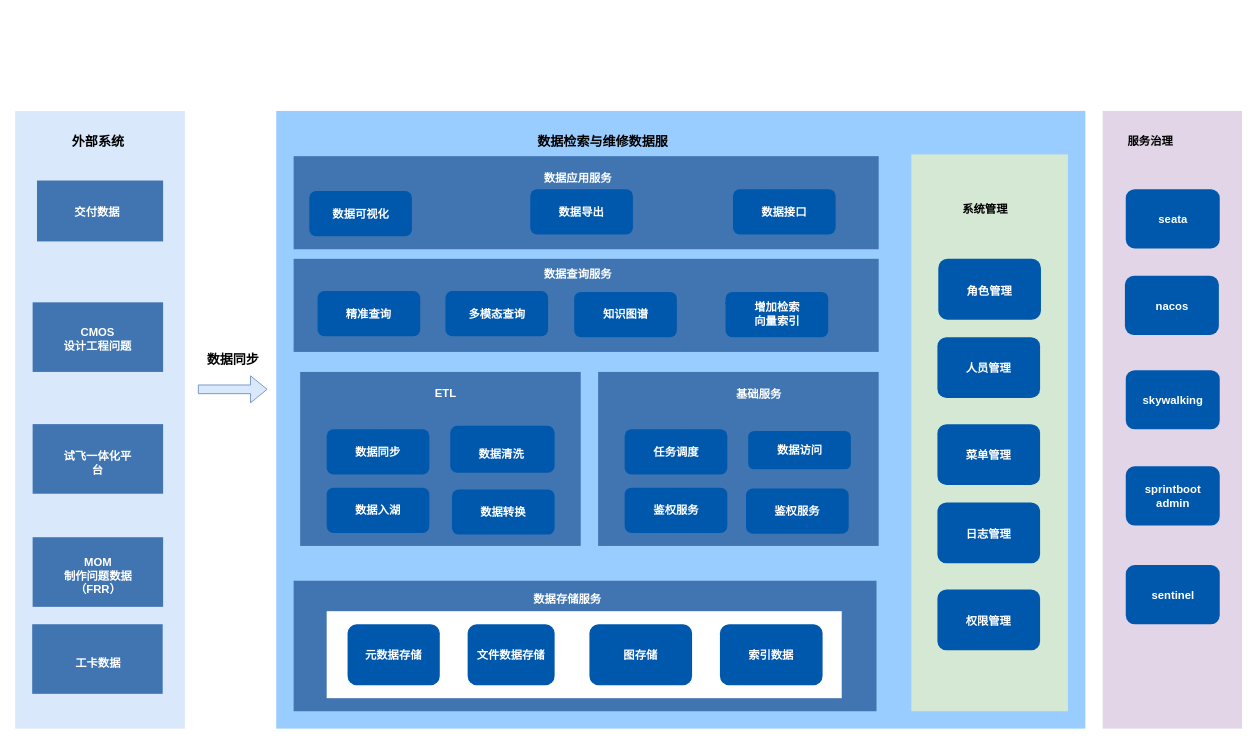
The draw.io diagram 数据检索与维修数据服/数据检索与维修数据服.drawio in DemonHan/KuickBuy, before the edit. Source tidied: cells renumbered, new cells numbered last; positions are measured from the earlier drawing's top-left corner, leaving out a move shared by most shapes. Both pictures are drawn from the tidied source at 87%, with x=0, y=0 at pixel (15, 110).
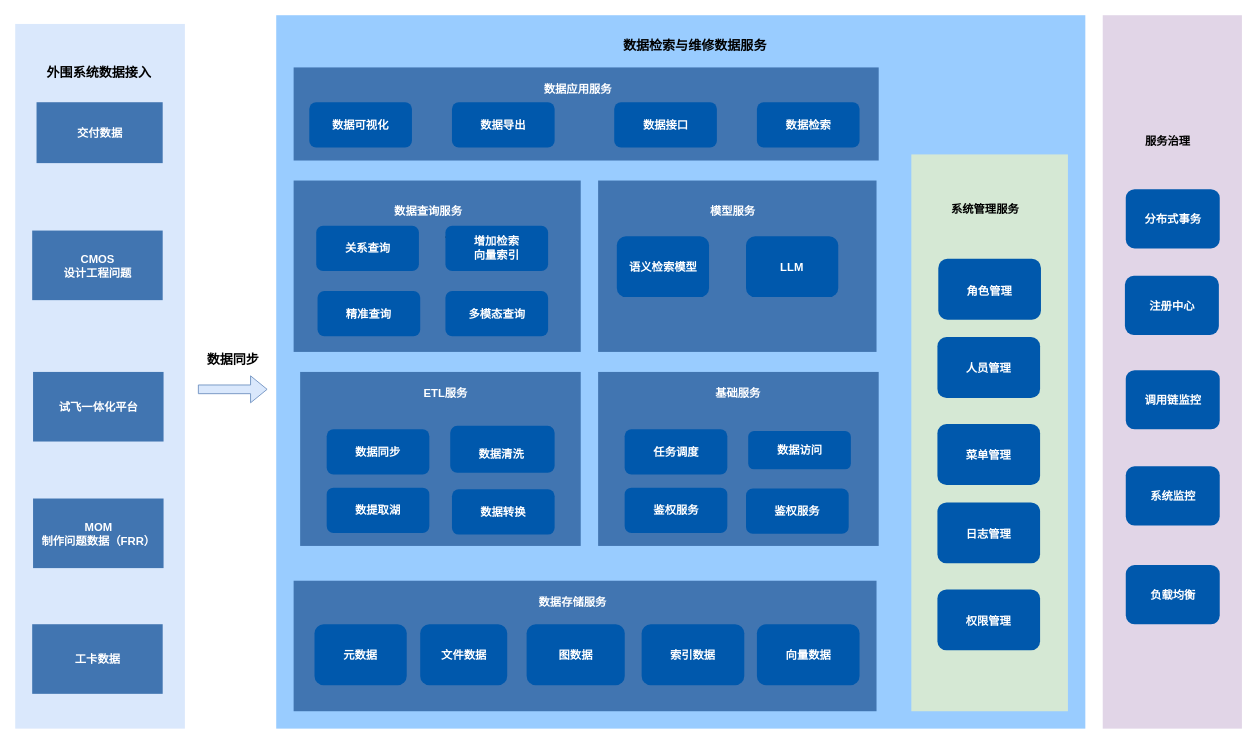
Above is the later version.

Commit message:
更新数据检索与维修数据服.drawio

Unchanged cells that the change refers to:
```xml
<mxCell id="86" style="group;" parent="1" vertex="1">
  <mxGeometry x="1262" y="90" width="108" height="68" as="geometry" />
</mxCell>
```

Change to the diagram source:
```diff
@@
     <mxCell id="2" style="rounded=0;whiteSpace=wrap;html=1;fillColor=#99CCFF;strokeColor=none;" parent="1" vertex="1">
-      <mxGeometry x="300" width="930" height="710" as="geometry" />
+      <mxGeometry x="300" y="-110" width="930" height="820" as="geometry" />
     </mxCell>
@@
-    <mxCell id="4" style="rounded=0;whiteSpace=wrap;html=1;fontStyle=1;fontSize=13;fillColor=#FFFFFF;strokeColor=none;" parent="1" vertex="1">
-      <mxGeometry x="358" y="575" width="592" height="100" as="geometry" />
-    </mxCell>
     <mxCell id="5" style="rounded=0;whiteSpace=wrap;html=1;fillColor=#dae8fc;strokeColor=none;" parent="1" vertex="1">
-      <mxGeometry width="195" height="710" as="geometry" />
+      <mxGeometry y="-100" width="195" height="810" as="geometry" />
     </mxCell>
-    <mxCell id="6" value="数据检索与维修数据服" style="text;html=1;align=center;verticalAlign=middle;strokeColor=none;fillColor=none;fontStyle=1;fontFamily=Garamond;fontSize=15;strokeWidth=1;" parent="1" vertex="1">
-      <mxGeometry x="590" y="20" width="170" height="30" as="geometry" />
+    <mxCell id="6" value="数据检索与维修数据服务" style="text;html=1;align=center;verticalAlign=middle;strokeColor=none;fillColor=none;fontStyle=1;fontFamily=Garamond;fontSize=15;strokeWidth=1;" parent="1" vertex="1">
+      <mxGeometry x="686.2" y="-90" width="190" height="30" as="geometry" />
     </mxCell>
-    <mxCell id="7" style="rounded=0;whiteSpace=wrap;html=1;fillColor=#4175B1;fontStyle=1;fontSize=13;strokeColor=none;" parent="1" vertex="1">
-      <mxGeometry x="25" y="80" width="145" height="70" as="geometry" />
+    <mxCell id="7" value="&lt;span style=&quot;color: rgb(255, 255, 255);&quot;&gt;交付数据&lt;/span&gt;" style="rounded=0;whiteSpace=wrap;html=1;fillColor=#4175B1;fontStyle=1;fontSize=13;strokeColor=none;" parent="1" vertex="1">
+      <mxGeometry x="24.5" y="-10" width="145" height="70" as="geometry" />
     </mxCell>
-    <mxCell id="8" value="外部系统" style="text;html=1;align=center;verticalAlign=middle;strokeColor=none;fillColor=none;fontStyle=1;fontFamily=Garamond;fontSize=15;strokeWidth=1;" parent="1" vertex="1">
-      <mxGeometry x="55" y="20" width="80" height="30" as="geometry" />
+    <mxCell id="8" value="外围系统数据接入" style="text;html=1;align=center;verticalAlign=middle;strokeColor=none;fillColor=none;fontStyle=1;fontFamily=Garamond;fontSize=15;strokeWidth=1;" parent="1" vertex="1">
+      <mxGeometry x="25.5" y="-60" width="140" height="30" as="geometry" />
     </mxCell>
-    <mxCell id="9" value="交付数据" style="text;html=1;align=center;verticalAlign=middle;whiteSpace=wrap;rounded=0;fontStyle=1;fontSize=13;strokeColor=none;fontColor=#FFFFFF;" parent="1" vertex="1">
-      <mxGeometry x="64" y="100" width="61" height="32" as="geometry" />
-    </mxCell>
-    <mxCell id="10" style="rounded=0;whiteSpace=wrap;html=1;fillColor=#4175B1;fontStyle=1;fontSize=13;strokeColor=none;" parent="1" vertex="1">
-      <mxGeometry x="20" y="220" width="150" height="80" as="geometry" />
+    <mxCell id="10" value="&lt;span style=&quot;color: rgb(255, 255, 255);&quot;&gt;CMOS&lt;/span&gt;&lt;div style=&quot;color: rgb(255, 255, 255);&quot;&gt;设计工程问题&lt;/div&gt;" style="rounded=0;whiteSpace=wrap;html=1;fillColor=#4175B1;fontStyle=1;fontSize=13;strokeColor=none;" parent="1" vertex="1">
+      <mxGeometry x="19.5" y="137.5" width="150" height="80" as="geometry" />
     </mxCell>
-    <mxCell id="11" value="CMOS&lt;div&gt;设计工程问题&lt;/div&gt;" style="text;html=1;align=center;verticalAlign=middle;whiteSpace=wrap;rounded=0;fontStyle=1;fontSize=13;strokeColor=none;fontColor=#FFFFFF;" parent="1" vertex="1">
-      <mxGeometry x="50" y="247" width="90" height="30" as="geometry" />
-    </mxCell>
-    <mxCell id="12" style="rounded=0;whiteSpace=wrap;html=1;fillColor=#4175B1;fontStyle=1;fontSize=13;strokeColor=none;" parent="1" vertex="1">
-      <mxGeometry x="20" y="360" width="150" height="80" as="geometry" />
+    <mxCell id="12" value="&lt;span style=&quot;color: rgb(255, 255, 255);&quot;&gt;试飞一体化平台&lt;/span&gt;" style="rounded=0;whiteSpace=wrap;html=1;fillColor=#4175B1;fontStyle=1;fontSize=13;strokeColor=none;" parent="1" vertex="1">
+      <mxGeometry x="20.5" y="300" width="150" height="80" as="geometry" />
     </mxCell>
-    <mxCell id="13" value="试飞一体化平台" style="text;html=1;align=center;verticalAlign=middle;whiteSpace=wrap;rounded=0;fontStyle=1;fontSize=13;strokeColor=none;fontColor=#FFFFFF;" parent="1" vertex="1">
-      <mxGeometry x="50" y="390" width="90" height="30" as="geometry" />
-    </mxCell>
-    <mxCell id="14" style="rounded=0;whiteSpace=wrap;html=1;fillColor=#4175B1;fontStyle=1;fontSize=13;strokeColor=none;" parent="1" vertex="1">
-      <mxGeometry x="20" y="490" width="150" height="80" as="geometry" />
+    <mxCell id="14" value="&lt;span style=&quot;color: rgb(255, 255, 255);&quot;&gt;MOM&lt;/span&gt;&lt;div style=&quot;color: rgb(255, 255, 255);&quot;&gt;制作问题数据（FRR）&lt;/div&gt;" style="rounded=0;whiteSpace=wrap;html=1;fillColor=#4175B1;fontStyle=1;fontSize=13;strokeColor=none;" parent="1" vertex="1">
+      <mxGeometry x="20.5" y="445.5" width="150" height="80" as="geometry" />
     </mxCell>
-    <mxCell id="15" value="MOM&lt;div&gt;制作问题数据（FRR）&lt;/div&gt;" style="text;html=1;align=center;verticalAlign=middle;whiteSpace=wrap;rounded=0;fontStyle=1;fontSize=13;strokeColor=none;fontColor=#FFFFFF;" parent="1" vertex="1">
-      <mxGeometry x="38" y="520" width="115" height="30" as="geometry" />
-    </mxCell>
@@
     <mxCell id="18" value="数据存储服务" style="text;html=1;align=center;verticalAlign=middle;whiteSpace=wrap;rounded=0;fontStyle=1;fontSize=13;strokeColor=none;fontColor=#FFFFFF;" parent="1" vertex="1">
-      <mxGeometry x="590" y="546" width="90" height="30" as="geometry" />
+      <mxGeometry x="596.2" y="550" width="90" height="30" as="geometry" />
     </mxCell>
-    <mxCell id="19" value="元数据存储" style="rounded=1;whiteSpace=wrap;html=1;fontStyle=1;fontSize=13;strokeColor=none;fillColor=#0058AC;fontColor=#FFFFFF;" parent="1" vertex="1">
-      <mxGeometry x="382" y="590" width="106" height="70" as="geometry" />
+    <mxCell id="19" value="元数据" style="rounded=1;whiteSpace=wrap;html=1;fontStyle=1;fontSize=13;strokeColor=none;fillColor=#0058AC;fontColor=#FFFFFF;" parent="1" vertex="1">
+      <mxGeometry x="344" y="590" width="106" height="70" as="geometry" />
     </mxCell>
-    <mxCell id="20" value="文件数据存储" style="rounded=1;whiteSpace=wrap;html=1;fontStyle=1;fontSize=13;strokeColor=none;fillColor=#0058AC;fontColor=#FFFFFF;" parent="1" vertex="1">
-      <mxGeometry x="520" y="590" width="100" height="70" as="geometry" />
+    <mxCell id="20" value="文件数据" style="rounded=1;whiteSpace=wrap;html=1;fontStyle=1;fontSize=13;strokeColor=none;fillColor=#0058AC;fontColor=#FFFFFF;" parent="1" vertex="1">
+      <mxGeometry x="465.5" y="590" width="100" height="70" as="geometry" />
     </mxCell>
-    <mxCell id="21" style="rounded=1;whiteSpace=wrap;html=1;fontStyle=1;fontSize=13;strokeColor=none;fillColor=#0058AC;fontColor=#FFFFFF;" parent="1" vertex="1">
-      <mxGeometry x="660" y="590" width="118" height="70" as="geometry" />
+    <mxCell id="21" value="图数据" style="rounded=1;whiteSpace=wrap;html=1;fontStyle=1;fontSize=13;strokeColor=none;fillColor=#0058AC;fontColor=#FFFFFF;" parent="1" vertex="1">
+      <mxGeometry x="587.8" y="590" width="112.8" height="70" as="geometry" />
     </mxCell>
-    <mxCell id="22" style="rounded=1;whiteSpace=wrap;html=1;fontStyle=1;fontSize=13;strokeColor=none;fillColor=#0058AC;fontColor=#FFFFFF;" parent="1" vertex="1">
-      <mxGeometry x="810" y="590" width="118" height="70" as="geometry" />
+    <mxCell id="22" value="索引数据" style="rounded=1;whiteSpace=wrap;html=1;fontStyle=1;fontSize=13;strokeColor=none;fillColor=#0058AC;fontColor=#FFFFFF;" parent="1" vertex="1">
+      <mxGeometry x="720" y="590" width="118" height="70" as="geometry" />
     </mxCell>
-    <mxCell id="23" value="图存储" style="text;html=1;align=center;verticalAlign=middle;whiteSpace=wrap;rounded=0;fontStyle=1;fontSize=13;strokeColor=none;fontColor=#FFFFFF;" parent="1" vertex="1">
-      <mxGeometry x="674" y="610" width="90" height="30" as="geometry" />
-    </mxCell>
-    <mxCell id="24" value="索引数据" style="text;html=1;align=center;verticalAlign=middle;whiteSpace=wrap;rounded=0;fontStyle=1;fontSize=13;strokeColor=none;fontColor=#FFFFFF;" parent="1" vertex="1">
-      <mxGeometry x="824" y="610" width="90" height="30" as="geometry" />
-    </mxCell>
@@
-    <mxCell id="26" value="系统管理" style="text;html=1;align=center;verticalAlign=middle;whiteSpace=wrap;rounded=0;fontStyle=1;fontSize=13;strokeColor=none;fontColor=#000000;" parent="1" vertex="1">
+    <mxCell id="26" value="系统管理服务" style="text;html=1;align=center;verticalAlign=middle;whiteSpace=wrap;rounded=0;fontStyle=1;fontSize=13;strokeColor=none;fontColor=#000000;" parent="1" vertex="1">
       <mxGeometry x="1070" y="98" width="90" height="30" as="geometry" />
     </mxCell>
@@
-    <mxCell id="43" value="ETL" style="text;html=1;align=center;verticalAlign=middle;whiteSpace=wrap;rounded=0;fontStyle=1;fontSize=13;strokeColor=none;fontColor=#FFFFFF;" parent="1" vertex="1">
+    <mxCell id="43" value="ETL服务" style="text;html=1;align=center;verticalAlign=middle;whiteSpace=wrap;rounded=0;fontStyle=1;fontSize=13;strokeColor=none;fontColor=#FFFFFF;" parent="1" vertex="1">
       <mxGeometry x="450" y="309" width="90" height="30" as="geometry" />
     </mxCell>
@@
-    <mxCell id="45" value="数据入湖" style="text;html=1;align=center;verticalAlign=middle;whiteSpace=wrap;rounded=0;fontStyle=1;fontSize=13;strokeColor=none;fontColor=#FFFFFF;" parent="1" vertex="1">
+    <mxCell id="45" value="数提取湖" style="text;html=1;align=center;verticalAlign=middle;whiteSpace=wrap;rounded=0;fontStyle=1;fontSize=13;strokeColor=none;fontColor=#FFFFFF;" parent="1" vertex="1">
       <mxGeometry x="373" y="443.5" width="88" height="31" as="geometry" />
     </mxCell>
@@
     <mxCell id="47" value="基础服务" style="text;html=1;align=center;verticalAlign=middle;whiteSpace=wrap;rounded=0;fontStyle=1;fontSize=13;strokeColor=none;fontColor=#FFFFFF;" parent="1" vertex="1">
-      <mxGeometry x="810" y="311" width="90" height="30" as="geometry" />
+      <mxGeometry x="786.2" y="309" width="90" height="30" as="geometry" />
     </mxCell>
@@
     <mxCell id="52" style="rounded=0;whiteSpace=wrap;html=1;fillColor=#4175B1;fontStyle=1;fontSize=13;strokeColor=none;" parent="1" vertex="1">
-      <mxGeometry x="320" y="170" width="672.5" height="107" as="geometry" />
+      <mxGeometry x="320" y="80" width="330" height="197" as="geometry" />
     </mxCell>
     <mxCell id="53" value="数据查询服务" style="text;html=1;align=center;verticalAlign=middle;whiteSpace=wrap;rounded=0;fontStyle=1;fontSize=13;strokeColor=none;fontColor=#FFFFFF;" parent="1" vertex="1">
-      <mxGeometry x="601.5" y="172" width="90" height="30" as="geometry" />
+      <mxGeometry x="430" y="100" width="90" height="30" as="geometry" />
     </mxCell>
     <mxCell id="54" style="rounded=1;whiteSpace=wrap;html=1;fontStyle=1;fontSize=13;strokeColor=none;fillColor=#0058AC;fontColor=#FFFFFF;" parent="1" vertex="1">
-      <mxGeometry x="642.5" y="208" width="118" height="52" as="geometry" />
+      <mxGeometry x="346" y="132" width="118" height="52" as="geometry" />
     </mxCell>
-    <mxCell id="55" value="知识图谱" style="text;html=1;align=center;verticalAlign=middle;whiteSpace=wrap;rounded=0;fontStyle=1;fontSize=13;strokeColor=none;fontColor=#FFFFFF;" parent="1" vertex="1">
-      <mxGeometry x="657.5" y="218.5" width="88" height="31" as="geometry" />
+    <mxCell id="55" value="关系查询" style="text;html=1;align=center;verticalAlign=middle;whiteSpace=wrap;rounded=0;fontStyle=1;fontSize=13;strokeColor=none;fontColor=#FFFFFF;" parent="1" vertex="1">
+      <mxGeometry x="363.5" y="144" width="83" height="28" as="geometry" />
     </mxCell>
@@
     <mxCell id="59" style="rounded=1;whiteSpace=wrap;html=1;fontStyle=1;fontSize=13;strokeColor=none;fillColor=#0058AC;fontColor=#FFFFFF;" parent="1" vertex="1">
-      <mxGeometry x="816.5" y="208" width="118" height="52" as="geometry" />
+      <mxGeometry x="494.5" y="132" width="118" height="52" as="geometry" />
     </mxCell>
     <mxCell id="60" value="增加检索&lt;div&gt;向量索引&lt;/div&gt;" style="text;html=1;align=center;verticalAlign=middle;whiteSpace=wrap;rounded=0;fontStyle=1;fontSize=13;strokeColor=none;fontColor=#FFFFFF;" parent="1" vertex="1">
-      <mxGeometry x="834.5" y="219" width="82" height="30" as="geometry" />
+      <mxGeometry x="508" y="143" width="91" height="30" as="geometry" />
     </mxCell>
@@
-    <mxCell id="65" style="rounded=0;whiteSpace=wrap;html=1;fillColor=#4175B1;fontStyle=1;fontSize=13;strokeColor=none;" parent="1" vertex="1">
+    <mxCell id="65" value="&lt;span style=&quot;color: rgb(255, 255, 255);&quot;&gt;工卡数据&lt;/span&gt;" style="rounded=0;whiteSpace=wrap;html=1;fillColor=#4175B1;fontStyle=1;fontSize=13;strokeColor=none;" parent="1" vertex="1">
       <mxGeometry x="19.5" y="590" width="150" height="80" as="geometry" />
     </mxCell>
-    <mxCell id="66" value="工卡数据" style="text;html=1;align=center;verticalAlign=middle;whiteSpace=wrap;rounded=0;fontStyle=1;fontSize=13;strokeColor=none;fontColor=#FFFFFF;" parent="1" vertex="1">
-      <mxGeometry x="37.5" y="620" width="115" height="30" as="geometry" />
-    </mxCell>
     <mxCell id="67" style="rounded=0;whiteSpace=wrap;html=1;fillColor=#4175B1;fontStyle=1;fontSize=13;strokeColor=none;" parent="1" vertex="1">
-      <mxGeometry x="320" y="52" width="672.5" height="107" as="geometry" />
+      <mxGeometry x="320" y="-50" width="672.5" height="107" as="geometry" />
     </mxCell>
     <mxCell id="68" value="数据应用服务" style="text;html=1;align=center;verticalAlign=middle;whiteSpace=wrap;rounded=0;fontStyle=1;fontSize=13;strokeColor=none;fontColor=#FFFFFF;" parent="1" vertex="1">
-      <mxGeometry x="601.5" y="62" width="90" height="30" as="geometry" />
+      <mxGeometry x="601.5" y="-40" width="90" height="30" as="geometry" />
     </mxCell>
@@
-    <mxCell id="78" style="rounded=1;whiteSpace=wrap;html=1;fontStyle=1;fontSize=13;strokeColor=none;fillColor=#0058AC;fontColor=#FFFFFF;" parent="1" vertex="1">
-      <mxGeometry x="338" y="92" width="118" height="52" as="geometry" />
+    <mxCell id="78" value="数据可视化" style="rounded=1;whiteSpace=wrap;html=1;fontStyle=1;fontSize=13;strokeColor=none;fillColor=#0058AC;fontColor=#FFFFFF;" parent="1" vertex="1">
+      <mxGeometry x="338" y="-10" width="118" height="52" as="geometry" />
     </mxCell>
-    <mxCell id="79" value="数据可视化" style="text;html=1;align=center;verticalAlign=middle;whiteSpace=wrap;rounded=0;fontStyle=1;fontSize=13;strokeColor=none;fontColor=#FFFFFF;" parent="1" vertex="1">
-      <mxGeometry x="350.5" y="102.5" width="93" height="31" as="geometry" />
-    </mxCell>
-    <mxCell id="80" style="rounded=1;whiteSpace=wrap;html=1;fontStyle=1;fontSize=13;strokeColor=none;fillColor=#0058AC;fontColor=#FFFFFF;" parent="1" vertex="1">
-      <mxGeometry x="592" y="90" width="118" height="52" as="geometry" />
+    <mxCell id="80" value="数据导出" style="rounded=1;whiteSpace=wrap;html=1;fontStyle=1;fontSize=13;strokeColor=none;fillColor=#0058AC;fontColor=#FFFFFF;" parent="1" vertex="1">
+      <mxGeometry x="502" y="-10" width="118" height="52" as="geometry" />
     </mxCell>
-    <mxCell id="81" value="数据导出" style="text;html=1;align=center;verticalAlign=middle;whiteSpace=wrap;rounded=0;fontStyle=1;fontSize=13;strokeColor=none;fontColor=#FFFFFF;" parent="1" vertex="1">
-      <mxGeometry x="605" y="102" width="92" height="28" as="geometry" />
-    </mxCell>
-    <mxCell id="82" style="rounded=1;whiteSpace=wrap;html=1;fontStyle=1;fontSize=13;strokeColor=none;fillColor=#0058AC;fontColor=#FFFFFF;" parent="1" vertex="1">
-      <mxGeometry x="825" y="90" width="118" height="52" as="geometry" />
+    <mxCell id="82" value="数据接口" style="rounded=1;whiteSpace=wrap;html=1;fontStyle=1;fontSize=13;strokeColor=none;fillColor=#0058AC;fontColor=#FFFFFF;" parent="1" vertex="1">
+      <mxGeometry x="688.5" y="-10" width="118" height="52" as="geometry" />
     </mxCell>
-    <mxCell id="83" value="数据接口" style="text;html=1;align=center;verticalAlign=middle;whiteSpace=wrap;rounded=0;fontStyle=1;fontSize=13;strokeColor=none;fontColor=#FFFFFF;" parent="1" vertex="1">
-      <mxGeometry x="838" y="102" width="92" height="28" as="geometry" />
-    </mxCell>
     <mxCell id="84" style="rounded=0;whiteSpace=wrap;html=1;fillColor=#e1d5e7;fontStyle=1;fontSize=13;strokeColor=none;" parent="1" vertex="1">
-      <mxGeometry x="1250" width="160" height="710" as="geometry" />
+      <mxGeometry x="1250" y="-110" width="160" height="820" as="geometry" />
     </mxCell>
     <mxCell id="85" value="服务治理" style="text;html=1;align=center;verticalAlign=middle;whiteSpace=wrap;rounded=0;fontStyle=1;fontSize=13;strokeColor=none;fontColor=#000000;" parent="1" vertex="1">
-      <mxGeometry x="1260" y="20" width="90" height="30" as="geometry" />
+      <mxGeometry x="1280" y="20" width="90" height="30" as="geometry" />
     </mxCell>
@@
-    <mxCell id="88" value="seata" style="text;html=1;align=center;verticalAlign=middle;whiteSpace=wrap;rounded=0;fontStyle=1;fontSize=13;strokeColor=none;fontColor=#FFFFFF;" parent="86" vertex="1">
+    <mxCell id="88" value="分布式事务" style="text;html=1;align=center;verticalAlign=middle;whiteSpace=wrap;rounded=0;fontStyle=1;fontSize=13;strokeColor=none;fontColor=#FFFFFF;" parent="86" vertex="1">
       <mxGeometry x="23.5" y="19" width="90" height="30" as="geometry" />
     </mxCell>
-    <mxCell id="89" value="nacos" style="rounded=1;whiteSpace=wrap;html=1;fontStyle=1;fontSize=13;strokeColor=none;fillColor=#0058AC;fontColor=#FFFFFF;" parent="1" vertex="1">
+    <mxCell id="89" value="注册中心" style="rounded=1;whiteSpace=wrap;html=1;fontStyle=1;fontSize=13;strokeColor=none;fillColor=#0058AC;fontColor=#FFFFFF;" parent="1" vertex="1">
       <mxGeometry x="1275.5" y="189.5" width="108" height="68" as="geometry" />
     </mxCell>
-    <mxCell id="90" value="skywalking" style="rounded=1;whiteSpace=wrap;html=1;fontStyle=1;fontSize=13;strokeColor=none;fillColor=#0058AC;fontColor=#FFFFFF;" parent="1" vertex="1">
+    <mxCell id="90" value="调用链监控" style="rounded=1;whiteSpace=wrap;html=1;fontStyle=1;fontSize=13;strokeColor=none;fillColor=#0058AC;fontColor=#FFFFFF;" parent="1" vertex="1">
       <mxGeometry x="1276.5" y="298" width="108" height="68" as="geometry" />
     </mxCell>
-    <mxCell id="91" value="sprintboot&lt;div&gt;admin&lt;/div&gt;" style="rounded=1;whiteSpace=wrap;html=1;fontStyle=1;fontSize=13;strokeColor=none;fillColor=#0058AC;fontColor=#FFFFFF;" parent="1" vertex="1">
+    <mxCell id="91" value="系统监控" style="rounded=1;whiteSpace=wrap;html=1;fontStyle=1;fontSize=13;strokeColor=none;fillColor=#0058AC;fontColor=#FFFFFF;" parent="1" vertex="1">
       <mxGeometry x="1276.5" y="408.5" width="108" height="68" as="geometry" />
     </mxCell>
-    <mxCell id="92" value="sentinel" style="rounded=1;whiteSpace=wrap;html=1;fontStyle=1;fontSize=13;strokeColor=none;fillColor=#0058AC;fontColor=#FFFFFF;" parent="1" vertex="1">
+    <mxCell id="92" value="负载均衡" style="rounded=1;whiteSpace=wrap;html=1;fontStyle=1;fontSize=13;strokeColor=none;fillColor=#0058AC;fontColor=#FFFFFF;" parent="1" vertex="1">
       <mxGeometry x="1276.5" y="522" width="108" height="68" as="geometry" />
     </mxCell>
+    <mxCell id="93" value="向量数据" style="rounded=1;whiteSpace=wrap;html=1;fontStyle=1;fontSize=13;strokeColor=none;fillColor=#0058AC;fontColor=#FFFFFF;" parent="1" vertex="1">
+      <mxGeometry x="852.5" y="590" width="118" height="70" as="geometry" />
+    </mxCell>
+    <mxCell id="94" style="rounded=0;whiteSpace=wrap;html=1;fillColor=#4175B1;fontStyle=1;fontSize=13;strokeColor=none;" parent="1" vertex="1">
+      <mxGeometry x="670" y="80" width="320" height="197" as="geometry" />
+    </mxCell>
+    <mxCell id="95" value="模型服务" style="text;html=1;align=center;verticalAlign=middle;whiteSpace=wrap;rounded=0;fontStyle=1;fontSize=13;strokeColor=none;fontColor=#FFFFFF;" parent="1" vertex="1">
+      <mxGeometry x="780" y="100" width="90" height="30" as="geometry" />
+    </mxCell>
+    <mxCell id="96" value="语义检索模型" style="rounded=1;whiteSpace=wrap;html=1;fontStyle=1;fontSize=13;strokeColor=none;fillColor=#0058AC;fontColor=#FFFFFF;" parent="1" vertex="1">
+      <mxGeometry x="691.5" y="144" width="106" height="70" as="geometry" />
+    </mxCell>
+    <mxCell id="97" value="LLM" style="rounded=1;whiteSpace=wrap;html=1;fontStyle=1;fontSize=13;strokeColor=none;fillColor=#0058AC;fontColor=#FFFFFF;" parent="1" vertex="1">
+      <mxGeometry x="840" y="144" width="106" height="70" as="geometry" />
+    </mxCell>
+    <mxCell id="98" value="数据检索" style="rounded=1;whiteSpace=wrap;html=1;fontStyle=1;fontSize=13;strokeColor=none;fillColor=#0058AC;fontColor=#FFFFFF;" parent="1" vertex="1">
+      <mxGeometry x="852.5" y="-10" width="118" height="52" as="geometry" />
+    </mxCell>
```
